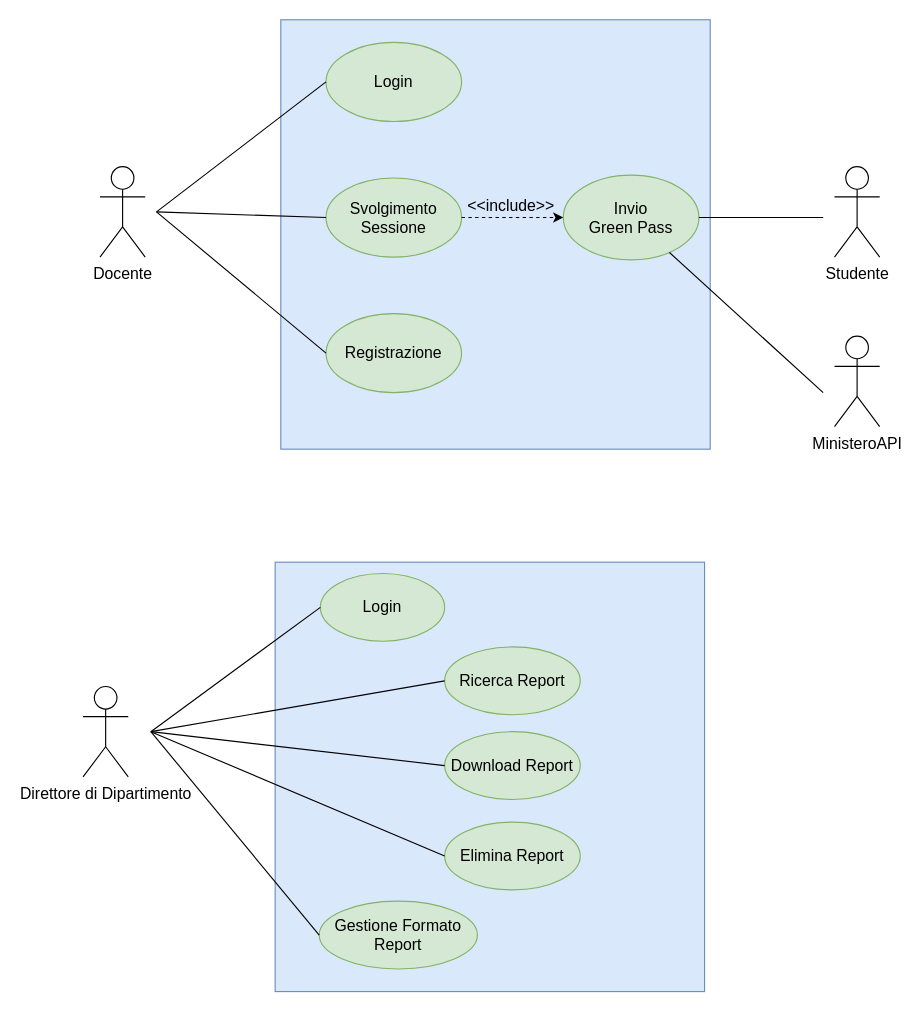
This is Documentazione/Resources/Use Case Model/Use Case Model.drawio from Alberto-00/EasyPass, a draw.io file, before an edit. Source tidied: cells renumbered, new cells numbered last; positions are measured from the earlier drawing's top-left corner, leaving out a move shared by most shapes. Both pictures are drawn from the tidied source at 113%, with x=0, y=0 at pixel (82, 19).
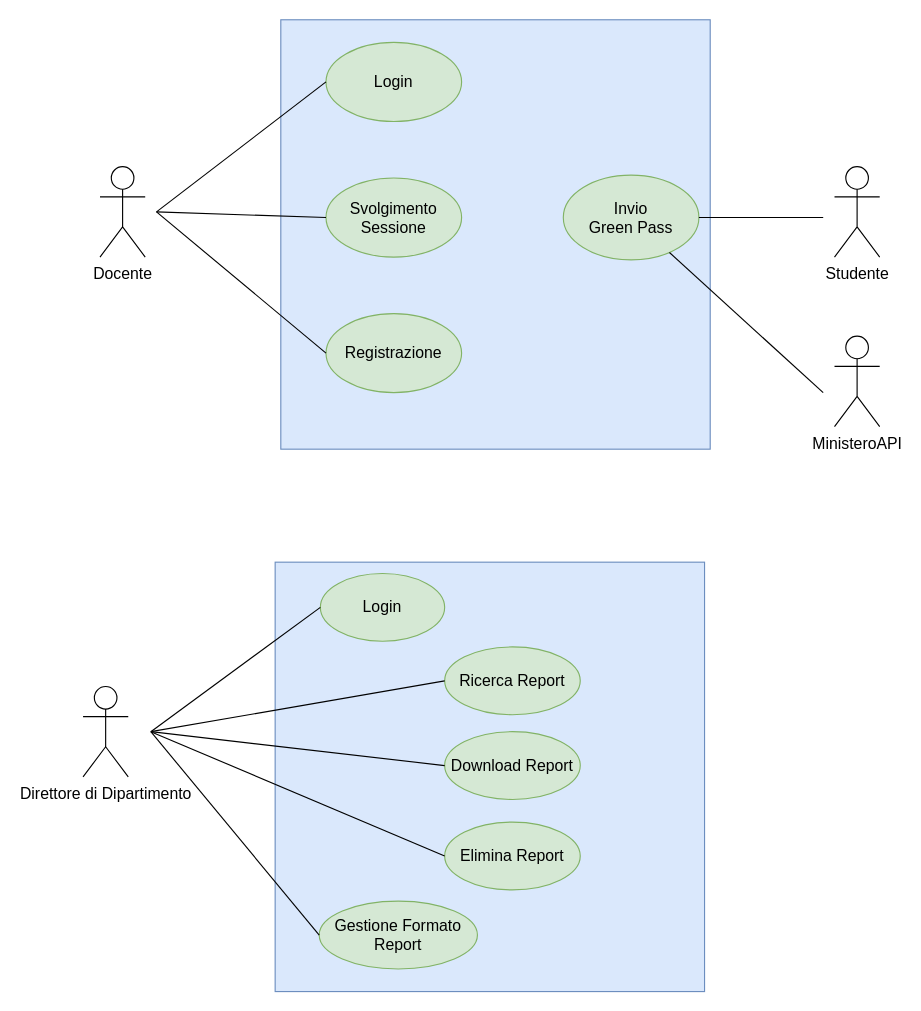
Above is the later version.

Unchanged cells that the change refers to:
```xml
<mxCell id="5" value="&lt;font style=&quot;font-size: 14px&quot;&gt;Svolgimento Sessione&lt;/font&gt;" style="ellipse;whiteSpace=wrap;html=1;fillColor=#d5e8d4;strokeColor=#82b366;" parent="1" vertex="1">
  <mxGeometry x="215" y="140" width="120" height="70" as="geometry" />
</mxCell>
<mxCell id="7" value="&lt;font style=&quot;font-size: 14px&quot;&gt;Invio &lt;br&gt;Green Pass&lt;/font&gt;" style="ellipse;whiteSpace=wrap;html=1;fillColor=#d5e8d4;strokeColor=#82b366;" parent="1" vertex="1">
  <mxGeometry x="425" y="137.5" width="120" height="75" as="geometry" />
</mxCell>
```

What changed in the source:
```diff
@@
-    <mxCell id="12" style="endArrow=classic;html=1;rounded=0;fontSize=14;entryX=0;entryY=0.5;entryDx=0;entryDy=0;exitX=1;exitY=0.5;exitDx=0;exitDy=0;dashed=1;" parent="1" edge="1" source="5" target="7">
-      <mxGeometry relative="1" as="geometry" />
-    </mxCell>
-    <mxCell id="13" value="&amp;lt;&amp;lt;include&amp;gt;&amp;gt;" style="text;html=1;strokeColor=none;fillColor=none;align=center;verticalAlign=middle;whiteSpace=wrap;rounded=0;fontSize=14;" parent="1" vertex="1">
-      <mxGeometry x="349" y="150" width="60" height="30" as="geometry" />
-    </mxCell>
```
